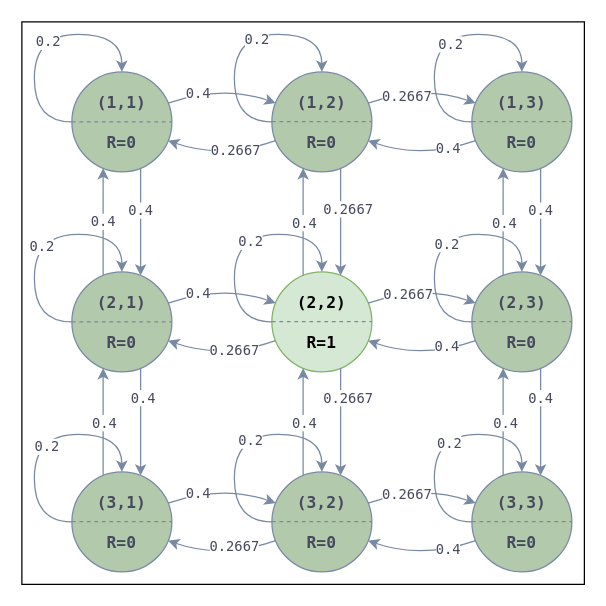
Earlier version of the draw.io diagram page "Page-1" (1 of 3) of MDP.drawio (melmirasol/Case-Problem-6.2). Source tidied: cells renumbered, new cells numbered last; positions are measured from the earlier drawing's top-left corner, leaving out a move shared by most shapes. Both pictures are drawn from the tidied source at 125%, with x=0, y=0 at pixel (21, 21).
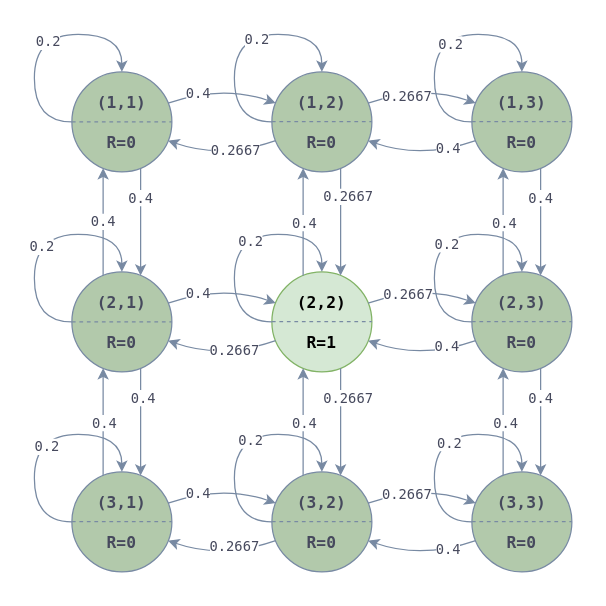
The same diagram, later.

The change refers to these unchanged cells:
```xml
<mxCell id="27" style="endArrow=classic;html=1;rounded=0;entryX=0.6875;entryY=0.0375;entryDx=0;entryDy=0;entryPerimeter=0;exitX=0.6875;exitY=0.9625;exitDx=0;exitDy=0;exitPerimeter=0;fontFamily=Lucida Console;fontSize=11;verticalAlign=middle;labelPadding=2;textShadow=0;labelBorderColor=none;labelBackgroundColor=default;strokeColor=#788AA3;fontColor=default;" parent="1" edge="1" source="4" target="15">
  <mxGeometry relative="1" as="geometry" />
</mxCell>
<mxCell id="31" style="endArrow=classic;html=1;rounded=0;entryX=0.6875;entryY=0.0375;entryDx=0;entryDy=0;entryPerimeter=0;exitX=0.6875;exitY=0.9625;exitDx=0;exitDy=0;exitPerimeter=0;fontFamily=Lucida Console;fontSize=11;verticalAlign=middle;labelPadding=2;textShadow=0;labelBorderColor=none;labelBackgroundColor=default;strokeColor=#788AA3;fontColor=default;" parent="1" edge="1" source="3" target="14">
  <mxGeometry relative="1" as="geometry" />
</mxCell>
<mxCell id="35" style="endArrow=classic;html=1;rounded=0;entryX=0.6875;entryY=0.0375;entryDx=0;entryDy=0;entryPerimeter=0;exitX=0.6875;exitY=0.9625;exitDx=0;exitDy=0;exitPerimeter=0;fontFamily=Lucida Console;fontSize=11;verticalAlign=middle;labelPadding=2;textShadow=0;labelBorderColor=none;labelBackgroundColor=default;strokeColor=#788AA3;fontColor=default;" parent="1" edge="1" source="5" target="16">
  <mxGeometry relative="1" as="geometry" />
</mxCell>
```

The edit, as a diff of the source:
```diff
@@
-    <mxCell id="2" style="rounded=0;whiteSpace=wrap;html=1;fillColor=default;" parent="1" vertex="1">
+    <mxCell id="2" style="rounded=0;whiteSpace=wrap;html=1;fillColor=none;strokeColor=none;" parent="1" vertex="1">
       <mxGeometry width="450" height="450" as="geometry" />
     </mxCell>
@@
     <mxCell id="28" value="0.2667" style="edgeLabel;html=1;align=center;verticalAlign=middle;fontFamily=Lucida Console;fontSize=11;labelPadding=2;textShadow=0;labelBorderColor=none;labelBackgroundColor=default;fontColor=#46495D;" parent="27" vertex="1">
       <mxGeometry x="-0.2" relative="1" as="geometry">
-        <mxPoint x="5" y="-2" as="offset" />
+        <mxPoint x="5" y="-12" as="offset" />
       </mxGeometry>
     </mxCell>
@@
     <mxCell id="32" value="0.4" style="edgeLabel;html=1;align=center;verticalAlign=middle;fontFamily=Lucida Console;fontSize=11;labelPadding=2;textShadow=0;labelBorderColor=none;labelBackgroundColor=default;fontColor=#46495D;" parent="31" vertex="1">
       <mxGeometry x="-0.21" y="-1" relative="1" as="geometry">
-        <mxPoint y="-1" as="offset" />
+        <mxPoint y="-11" as="offset" />
       </mxGeometry>
     </mxCell>
@@
     <mxCell id="36" value="0.4" style="edgeLabel;html=1;align=center;verticalAlign=middle;fontFamily=Lucida Console;fontSize=11;labelPadding=2;textShadow=0;labelBorderColor=none;labelBackgroundColor=default;fontColor=#46495D;" parent="35" vertex="1">
       <mxGeometry x="-0.16" y="2" relative="1" as="geometry">
-        <mxPoint x="-3" y="-3" as="offset" />
+        <mxPoint x="-3" y="-13" as="offset" />
       </mxGeometry>
     </mxCell>
```
